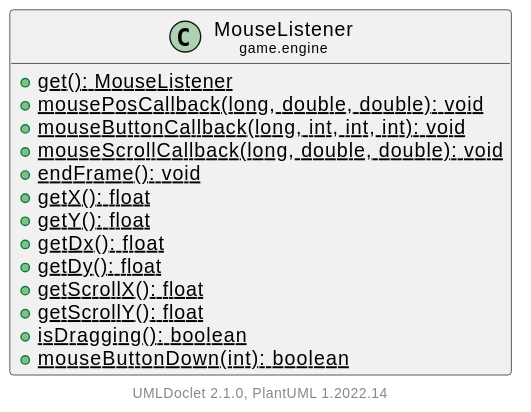
This is doc/javadoc/game/engine/MouseListener.svg from Hirschiii/JavaGameEngine, a PlantUML export, as it was before one commit.
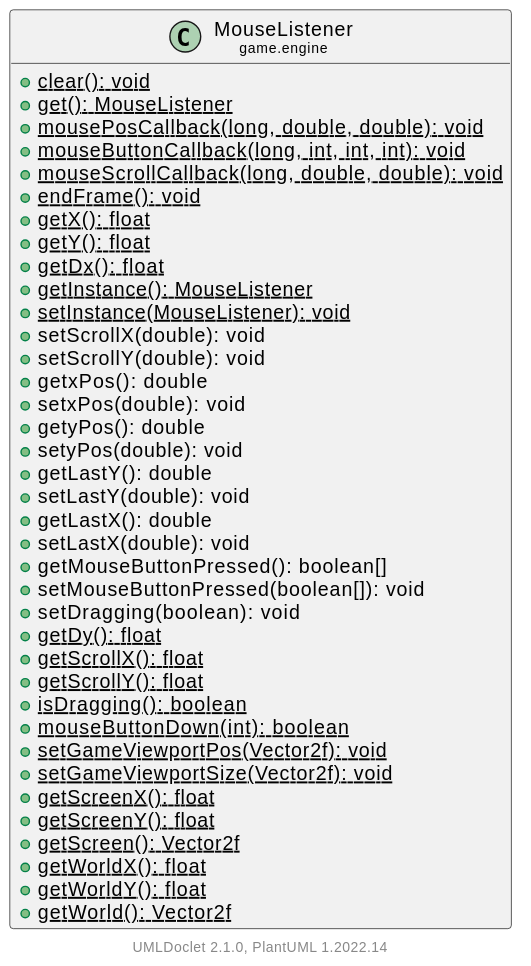
Later version of the same file.

Change to the diagram source:
```diff
@@ -4,6 +4,7 @@
     hide empty methods
 
     class "<size:14>MouseListener\n<size:10>game.engine" as game.engine.MouseListener [[MouseListener.html]] {
+        {static} +clear(): void
         {static} +get(): MouseListener
         {static} +mousePosCallback(long, double, double): void
         {static} +mouseButtonCallback(long, int, int, int): void
@@ -12,11 +13,34 @@
         {static} +getX(): float
         {static} +getY(): float
         {static} +getDx(): float
+        {static} +getInstance(): MouseListener
+        {static} +setInstance(MouseListener): void
+        +setScrollX(double): void
+        +setScrollY(double): void
+        +getxPos(): double
+        +setxPos(double): void
+        +getyPos(): double
+        +setyPos(double): void
+        +getLastY(): double
+        +setLastY(double): void
+        +getLastX(): double
+        +setLastX(double): void
+        +getMouseButtonPressed(): boolean[]
+        +setMouseButtonPressed(boolean[]): void
+        +setDragging(boolean): void
         {static} +getDy(): float
         {static} +getScrollX(): float
         {static} +getScrollY(): float
         {static} +isDragging(): boolean
         {static} +mouseButtonDown(int): boolean
+        {static} +setGameViewportPos(Vector2f): void
+        {static} +setGameViewportSize(Vector2f): void
+        {static} +getScreenX(): float
+        {static} +getScreenY(): float
+        {static} +getScreen(): Vector2f
+        {static} +getWorldX(): float
+        {static} +getWorldY(): float
+        {static} +getWorld(): Vector2f
     }
 
     center footer UMLDoclet 2.1.0, PlantUML %version()
```
